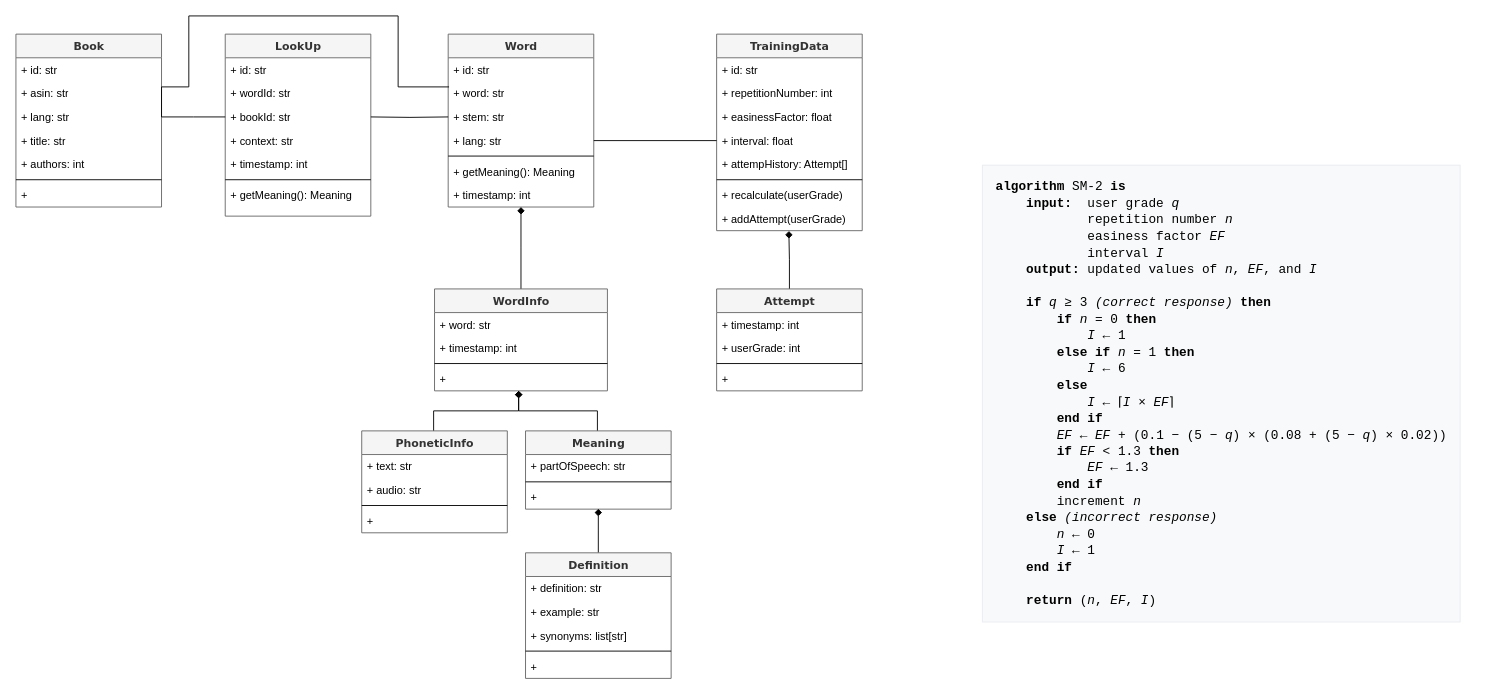
This is docs/uml.drawio from jmmeneguel/kindleVocabs, a draw.io file, before an edit. Source tidied: cells renumbered, new cells numbered last; positions are measured from the earlier drawing's top-left corner, leaving out a move shared by most shapes. Both pictures are drawn from the tidied source at 91%, with x=0, y=0 at pixel (15, 15).
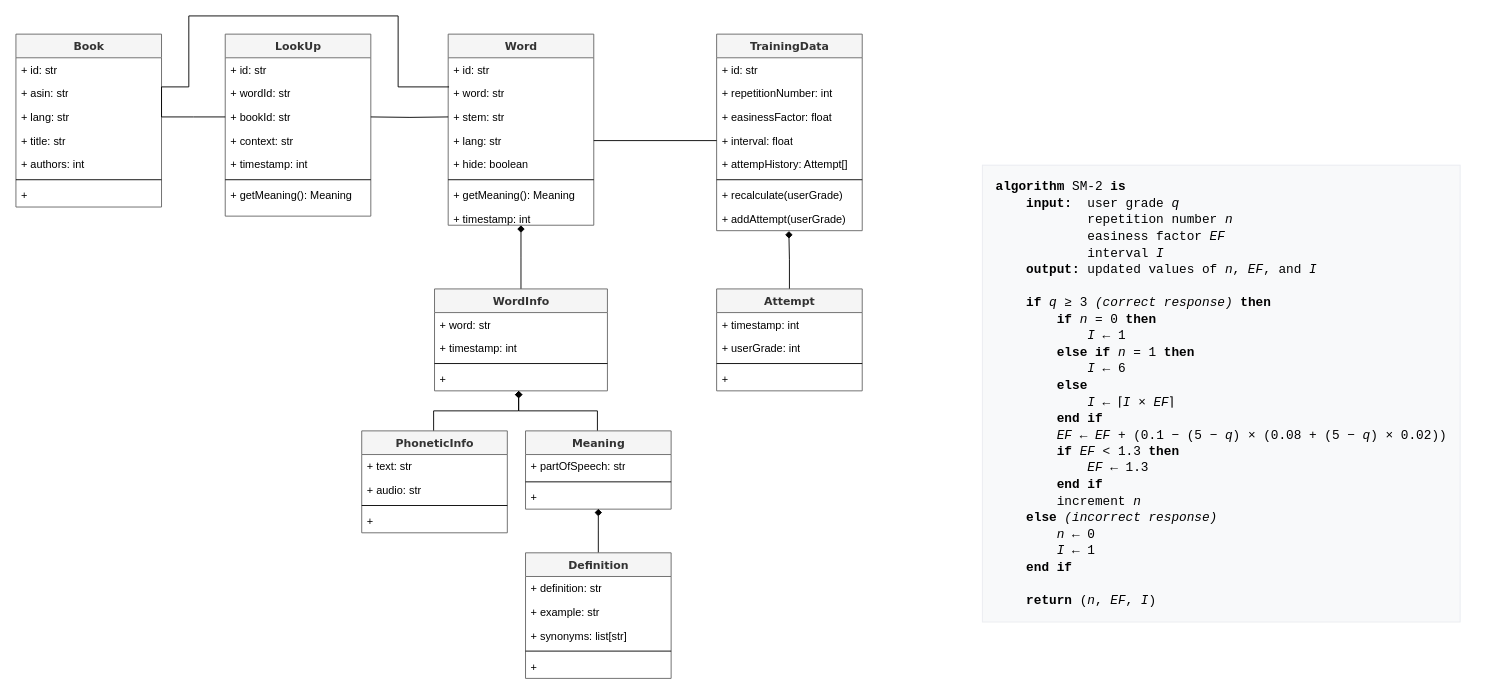
The same page after the edit.

Change to the diagram source:
```diff
@@
     <mxCell id="2" value="Word" style="swimlane;html=1;fontStyle=1;align=center;verticalAlign=top;horizontal=1;startSize=26;swimlaneFillColor=#ffffff;rounded=0;shadow=0;comic=0;labelBackgroundColor=none;strokeWidth=1;fillColor=#f5f5f5;fontFamily=Verdana;fontSize=12;strokeColor=#666666;fontColor=#333333;" parent="1" vertex="1">
-      <mxGeometry x="475" y="20" width="160" height="190" as="geometry" />
+      <mxGeometry x="475" y="20" width="160" height="210" as="geometry" />
     </mxCell>
@@
+    <mxCell id="70" value="+ hide: boolean" style="text;html=1;strokeColor=none;fillColor=none;align=left;verticalAlign=top;spacingLeft=4;spacingRight=4;whiteSpace=wrap;overflow=hidden;" parent="2" vertex="1">
+      <mxGeometry y="130" width="160" height="26" as="geometry" />
+    </mxCell>
     <mxCell id="7" style="line;html=1;strokeWidth=1;fillColor=none;align=left;verticalAlign=middle;spacingTop=-1;spacingLeft=3;spacingRight=3;labelPosition=right;" parent="2" vertex="1">
-      <mxGeometry y="130" width="160" height="8" as="geometry" />
+      <mxGeometry y="156" width="160" height="8" as="geometry" />
     </mxCell>
     <mxCell id="8" value="+ getMeaning(): Meaning" style="text;html=1;strokeColor=none;fillColor=none;align=left;verticalAlign=top;spacingLeft=4;spacingRight=4;whiteSpace=wrap;overflow=hidden;" parent="2" vertex="1">
-      <mxGeometry y="138" width="160" height="26" as="geometry" />
+      <mxGeometry y="164" width="160" height="26" as="geometry" />
     </mxCell>
     <mxCell id="9" value="+ timestamp: int" style="text;html=1;strokeColor=none;fillColor=none;align=left;verticalAlign=top;spacingLeft=4;spacingRight=4;whiteSpace=wrap;overflow=hidden;" parent="2" vertex="1">
-      <mxGeometry y="164" width="160" height="20" as="geometry" />
+      <mxGeometry y="190" width="160" height="20" as="geometry" />
     </mxCell>
```
